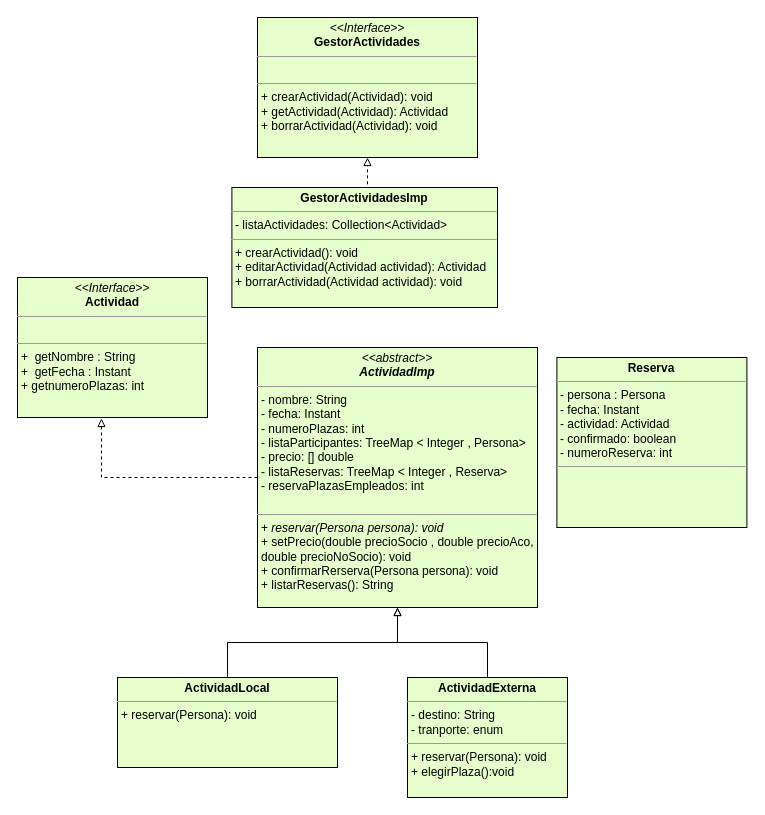
Before: Diagramas/ALUMA modelo Domino.drawio in Rechus/Aluma-Back, a draw.io diagram. Source tidied: cells renumbered, new cells numbered last; positions are measured from the earlier drawing's top-left corner, leaving out a move shared by most shapes. Both pictures are drawn from the tidied source at 100%, with x=0, y=0 at pixel (17, 17).
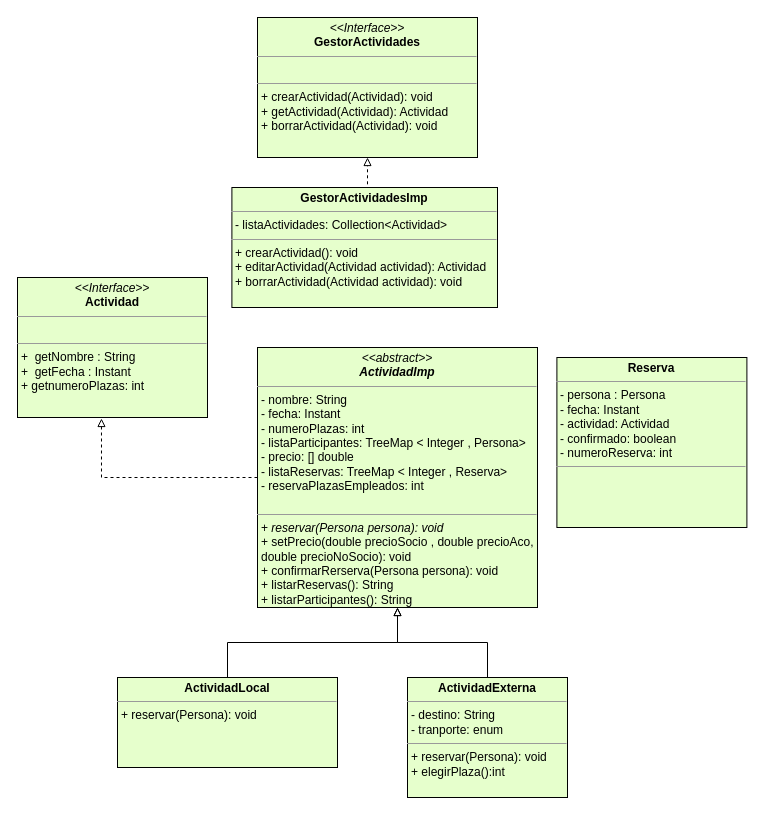
Above is the later version.

Commit message:
Corregido diagrama

Diff of the diagram source:
```diff
@@
 <mxGraphModel>
   <root>
     <mxCell id="0" />
     <mxCell id="1" parent="0" />
     <mxCell id="2" value="&lt;p style=&quot;margin: 0px ; margin-top: 4px ; text-align: center&quot;&gt;&lt;i&gt;&amp;lt;&amp;lt;Interface&amp;gt;&amp;gt;&lt;/i&gt;&lt;br&gt;&lt;b&gt;GestorActividades&lt;/b&gt;&lt;/p&gt;&lt;hr size=&quot;1&quot;&gt;&lt;p style=&quot;margin: 0px ; margin-left: 4px&quot;&gt;&lt;br&gt;&lt;/p&gt;&lt;hr size=&quot;1&quot;&gt;&lt;p style=&quot;margin: 0px ; margin-left: 4px&quot;&gt;+ crearActividad(Actividad): void&lt;/p&gt;&lt;p style=&quot;margin: 0px ; margin-left: 4px&quot;&gt;+ getActividad(Actividad): Actividad&lt;/p&gt;&lt;p style=&quot;margin: 0px ; margin-left: 4px&quot;&gt;+ borrarActividad(Actividad): void&lt;br&gt;&lt;/p&gt;" style="verticalAlign=top;align=left;overflow=fill;fontSize=12;fontFamily=Helvetica;html=1;fillColor=#E6FFCC;" parent="1" vertex="1">
       <mxGeometry x="240" width="220" height="140" as="geometry" />
     </mxCell>
     <mxCell id="3" style="edgeStyle=orthogonalEdgeStyle;rounded=0;jettySize=auto;html=1;exitX=0.5;exitY=0;exitDx=0;exitDy=0;entryX=0.5;entryY=1;entryDx=0;entryDy=0;dashed=1;endArrow=block;endFill=0;" parent="1" edge="1" source="4" target="2">
       <mxGeometry relative="1" as="geometry" />
     </mxCell>
     <mxCell id="4" value="&lt;p style=&quot;margin: 0px ; margin-top: 4px ; text-align: center&quot;&gt;&lt;b&gt;GestorActividadesImp&lt;/b&gt;&lt;/p&gt;&lt;hr size=&quot;1&quot;&gt;&lt;p style=&quot;margin: 0px ; margin-left: 4px&quot;&gt;&lt;span&gt;- listaActividades: Collection&amp;lt;Actividad&amp;gt;&lt;/span&gt;&lt;br&gt;&lt;/p&gt;&lt;hr size=&quot;1&quot;&gt;&lt;p style=&quot;margin: 0px 0px 0px 4px&quot;&gt;+ crearActividad(): void&lt;/p&gt;&lt;p style=&quot;margin: 0px 0px 0px 4px&quot;&gt;+ editarActividad(Actividad actividad): Actividad&lt;/p&gt;&lt;p style=&quot;margin: 0px 0px 0px 4px&quot;&gt;+ borrarActividad(Actividad actividad): void&lt;/p&gt;" style="verticalAlign=top;align=left;overflow=fill;fontSize=12;fontFamily=Helvetica;html=1;fillColor=#E6FFCC;" parent="1" vertex="1">
       <mxGeometry x="214.4" y="170" width="265.6" height="120" as="geometry" />
     </mxCell>
     <mxCell id="5" style="edgeStyle=orthogonalEdgeStyle;rounded=0;jettySize=auto;html=1;dashed=1;endArrow=block;endFill=0;entryX=0.442;entryY=1.007;entryDx=0;entryDy=0;entryPerimeter=0;" parent="1" edge="1" source="6" target="11">
       <mxGeometry relative="1" as="geometry" />
     </mxCell>
-    <mxCell id="6" value="&lt;p style=&quot;margin: 0px ; margin-top: 4px ; text-align: center&quot;&gt;&lt;i&gt;&amp;lt;&amp;lt;abstract&amp;gt;&amp;gt;&lt;/i&gt;&lt;br&gt;&lt;b&gt;&lt;i&gt;ActividadImp&lt;/i&gt;&lt;/b&gt;&lt;/p&gt;&lt;hr size=&quot;1&quot;&gt;&lt;p style=&quot;margin: 0px ; margin-left: 4px&quot;&gt;- nombre: String&lt;br&gt;- fecha: Instant&lt;/p&gt;&lt;p style=&quot;margin: 0px ; margin-left: 4px&quot;&gt;- numeroPlazas: int&lt;/p&gt;&lt;p style=&quot;margin: 0px ; margin-left: 4px&quot;&gt;- listaParticipantes: TreeMap &amp;lt; Integer , Persona&amp;gt;&lt;br&gt;&lt;/p&gt;&lt;p style=&quot;margin: 0px ; margin-left: 4px&quot;&gt;- precio: [] double&lt;/p&gt;&lt;p style=&quot;margin: 0px ; margin-left: 4px&quot;&gt;- listaReservas: TreeMap &amp;lt; Integer , Reserva&amp;gt;&lt;/p&gt;&lt;p style=&quot;margin: 0px ; margin-left: 4px&quot;&gt;- reservaPlazasEmpleados: int&lt;/p&gt;&lt;p style=&quot;margin: 0px ; margin-left: 4px&quot;&gt;&lt;br&gt;&lt;/p&gt;&lt;hr size=&quot;1&quot;&gt;&lt;p style=&quot;margin: 0px ; margin-left: 4px&quot;&gt;+ &lt;i&gt;reservar(Persona persona): void&lt;/i&gt;&lt;/p&gt;&lt;p style=&quot;margin: 0px ; margin-left: 4px&quot;&gt;+ setPrecio(double precioSocio , double precioAco,&lt;/p&gt;&lt;p style=&quot;margin: 0px ; margin-left: 4px&quot;&gt;double precioNoSocio): void&lt;/p&gt;&lt;p style=&quot;margin: 0px ; margin-left: 4px&quot;&gt;+ confirmarRerserva(Persona persona): void&lt;/p&gt;&lt;p style=&quot;margin: 0px ; margin-left: 4px&quot;&gt;+ listarReservas(): String&lt;/p&gt;&lt;p style=&quot;margin: 0px ; margin-left: 4px&quot;&gt;&lt;br&gt;&lt;/p&gt;&lt;p style=&quot;margin: 0px ; margin-left: 4px&quot;&gt;&lt;br&gt;&lt;/p&gt;" style="verticalAlign=top;align=left;overflow=fill;fontSize=12;fontFamily=Helvetica;html=1;fillColor=#E6FFCC;" parent="1" vertex="1">
+    <mxCell id="6" value="&lt;p style=&quot;margin: 0px ; margin-top: 4px ; text-align: center&quot;&gt;&lt;i&gt;&amp;lt;&amp;lt;abstract&amp;gt;&amp;gt;&lt;/i&gt;&lt;br&gt;&lt;b&gt;&lt;i&gt;ActividadImp&lt;/i&gt;&lt;/b&gt;&lt;/p&gt;&lt;hr size=&quot;1&quot;&gt;&lt;p style=&quot;margin: 0px ; margin-left: 4px&quot;&gt;- nombre: String&lt;br&gt;- fecha: Instant&lt;/p&gt;&lt;p style=&quot;margin: 0px ; margin-left: 4px&quot;&gt;- numeroPlazas: int&lt;/p&gt;&lt;p style=&quot;margin: 0px ; margin-left: 4px&quot;&gt;- listaParticipantes: TreeMap &amp;lt; Integer , Persona&amp;gt;&lt;br&gt;&lt;/p&gt;&lt;p style=&quot;margin: 0px ; margin-left: 4px&quot;&gt;- precio: [] double&lt;/p&gt;&lt;p style=&quot;margin: 0px ; margin-left: 4px&quot;&gt;- listaReservas: TreeMap &amp;lt; Integer , Reserva&amp;gt;&lt;/p&gt;&lt;p style=&quot;margin: 0px ; margin-left: 4px&quot;&gt;- reservaPlazasEmpleados: int&lt;/p&gt;&lt;p style=&quot;margin: 0px ; margin-left: 4px&quot;&gt;&lt;br&gt;&lt;/p&gt;&lt;hr size=&quot;1&quot;&gt;&lt;p style=&quot;margin: 0px ; margin-left: 4px&quot;&gt;+ &lt;i&gt;reservar(Persona persona): void&lt;/i&gt;&lt;/p&gt;&lt;p style=&quot;margin: 0px ; margin-left: 4px&quot;&gt;+ setPrecio(double precioSocio , double precioAco,&lt;/p&gt;&lt;p style=&quot;margin: 0px ; margin-left: 4px&quot;&gt;double precioNoSocio): void&lt;/p&gt;&lt;p style=&quot;margin: 0px ; margin-left: 4px&quot;&gt;+ confirmarRerserva(Persona persona): void&lt;/p&gt;&lt;p style=&quot;margin: 0px ; margin-left: 4px&quot;&gt;+ listarReservas(): String&lt;/p&gt;&lt;p style=&quot;margin: 0px ; margin-left: 4px&quot;&gt;+ listarParticipantes(): String&lt;/p&gt;&lt;p style=&quot;margin: 0px ; margin-left: 4px&quot;&gt;&lt;br&gt;&lt;/p&gt;&lt;p style=&quot;margin: 0px ; margin-left: 4px&quot;&gt;&lt;br&gt;&lt;/p&gt;" style="verticalAlign=top;align=left;overflow=fill;fontSize=12;fontFamily=Helvetica;html=1;fillColor=#E6FFCC;" parent="1" vertex="1">
       <mxGeometry x="240" y="330" width="280" height="260" as="geometry" />
     </mxCell>
     <mxCell id="7" style="edgeStyle=orthogonalEdgeStyle;rounded=0;jettySize=auto;html=1;exitX=0.5;exitY=0;exitDx=0;exitDy=0;endArrow=block;endFill=0;" parent="1" edge="1" source="8" target="6">
       <mxGeometry relative="1" as="geometry" />
     </mxCell>
     <mxCell id="8" value="&lt;p style=&quot;margin: 0px ; margin-top: 4px ; text-align: center&quot;&gt;&lt;b&gt;ActividadLocal&lt;/b&gt;&lt;/p&gt;&lt;hr size=&quot;1&quot;&gt;&lt;p style=&quot;margin: 0px ; margin-left: 4px&quot;&gt;&lt;/p&gt;&lt;p style=&quot;margin: 0px ; margin-left: 4px&quot;&gt;+ reservar(Persona): void&lt;/p&gt;" style="verticalAlign=top;align=left;overflow=fill;fontSize=12;fontFamily=Helvetica;html=1;fillColor=#E6FFCC;" parent="1" vertex="1">
       <mxGeometry x="100" y="660" width="220" height="90" as="geometry" />
     </mxCell>
     <mxCell id="9" style="edgeStyle=orthogonalEdgeStyle;rounded=0;jettySize=auto;html=1;exitX=0.5;exitY=0;exitDx=0;exitDy=0;entryX=0.5;entryY=1;entryDx=0;entryDy=0;endArrow=block;endFill=0;" parent="1" edge="1" source="10" target="6">
       <mxGeometry relative="1" as="geometry" />
     </mxCell>
-    <mxCell id="10" value="&lt;p style=&quot;margin: 0px ; margin-top: 4px ; text-align: center&quot;&gt;&lt;b&gt;ActividadExterna&lt;/b&gt;&lt;/p&gt;&lt;hr size=&quot;1&quot;&gt;&lt;p style=&quot;margin: 0px ; margin-left: 4px&quot;&gt;&lt;span&gt;- destino: String&lt;/span&gt;&lt;br&gt;&lt;/p&gt;&lt;p style=&quot;margin: 0px ; margin-left: 4px&quot;&gt;- tranporte: enum&amp;nbsp;&lt;/p&gt;&lt;hr size=&quot;1&quot;&gt;&lt;p style=&quot;margin: 0px ; margin-left: 4px&quot;&gt;+ reservar(Persona): void&lt;/p&gt;&lt;p style=&quot;margin: 0px ; margin-left: 4px&quot;&gt;+ elegirPlaza():void&lt;/p&gt;" style="verticalAlign=top;align=left;overflow=fill;fontSize=12;fontFamily=Helvetica;html=1;fillColor=#E6FFCC;" parent="1" vertex="1">
+    <mxCell id="10" value="&lt;p style=&quot;margin: 0px ; margin-top: 4px ; text-align: center&quot;&gt;&lt;b&gt;ActividadExterna&lt;/b&gt;&lt;/p&gt;&lt;hr size=&quot;1&quot;&gt;&lt;p style=&quot;margin: 0px ; margin-left: 4px&quot;&gt;&lt;span&gt;- destino: String&lt;/span&gt;&lt;br&gt;&lt;/p&gt;&lt;p style=&quot;margin: 0px ; margin-left: 4px&quot;&gt;- tranporte: enum&amp;nbsp;&lt;/p&gt;&lt;hr size=&quot;1&quot;&gt;&lt;p style=&quot;margin: 0px ; margin-left: 4px&quot;&gt;+ reservar(Persona): void&lt;/p&gt;&lt;p style=&quot;margin: 0px ; margin-left: 4px&quot;&gt;+ elegirPlaza():int&lt;/p&gt;" style="verticalAlign=top;align=left;overflow=fill;fontSize=12;fontFamily=Helvetica;html=1;fillColor=#E6FFCC;" parent="1" vertex="1">
       <mxGeometry x="390" y="660" width="160" height="120" as="geometry" />
     </mxCell>
     <mxCell id="11" value="&lt;p style=&quot;margin: 0px ; margin-top: 4px ; text-align: center&quot;&gt;&lt;i&gt;&amp;lt;&amp;lt;Interface&amp;gt;&amp;gt;&lt;/i&gt;&lt;br&gt;&lt;b&gt;Actividad&lt;/b&gt;&lt;/p&gt;&lt;hr size=&quot;1&quot;&gt;&lt;p style=&quot;margin: 0px ; margin-left: 4px&quot;&gt;&lt;br&gt;&lt;/p&gt;&lt;hr size=&quot;1&quot;&gt;&lt;p style=&quot;margin: 0px ; margin-left: 4px&quot;&gt;+&amp;nbsp; getNombre : String&lt;br&gt;+&amp;nbsp; getFecha : Instant&lt;/p&gt;&lt;p style=&quot;margin: 0px ; margin-left: 4px&quot;&gt;+ getnumeroPlazas: int&lt;/p&gt;" style="verticalAlign=top;align=left;overflow=fill;fontSize=12;fontFamily=Helvetica;html=1;fillColor=#E6FFCC;" parent="1" vertex="1">
       <mxGeometry y="260" width="190" height="140" as="geometry" />
     </mxCell>
     <mxCell id="12" value="&lt;p style=&quot;margin: 0px ; margin-top: 4px ; text-align: center&quot;&gt;&lt;b&gt;Reserva&lt;/b&gt;&lt;/p&gt;&lt;hr size=&quot;1&quot;&gt;&lt;p style=&quot;margin: 0px ; margin-left: 4px&quot;&gt;&lt;span&gt;- persona : Persona&amp;nbsp;&lt;/span&gt;&lt;br&gt;&lt;/p&gt;&lt;p style=&quot;margin: 0px ; margin-left: 4px&quot;&gt;- fecha: Instant&lt;/p&gt;&lt;p style=&quot;margin: 0px ; margin-left: 4px&quot;&gt;- actividad: Actividad&lt;/p&gt;&lt;p style=&quot;margin: 0px ; margin-left: 4px&quot;&gt;- confirmado: boolean&lt;/p&gt;&lt;p style=&quot;margin: 0px ; margin-left: 4px&quot;&gt;- numeroReserva: int&lt;/p&gt;&lt;hr size=&quot;1&quot;&gt;&lt;p style=&quot;margin: 0px ; margin-left: 4px&quot;&gt;&lt;br&gt;&lt;br&gt;&lt;/p&gt;" style="verticalAlign=top;align=left;overflow=fill;fontSize=12;fontFamily=Helvetica;html=1;fillColor=#E6FFCC;" parent="1" vertex="1">
       <mxGeometry x="539.4" y="340" width="190" height="170" as="geometry" />
     </mxCell>
   </root>
 </mxGraphModel>
```
